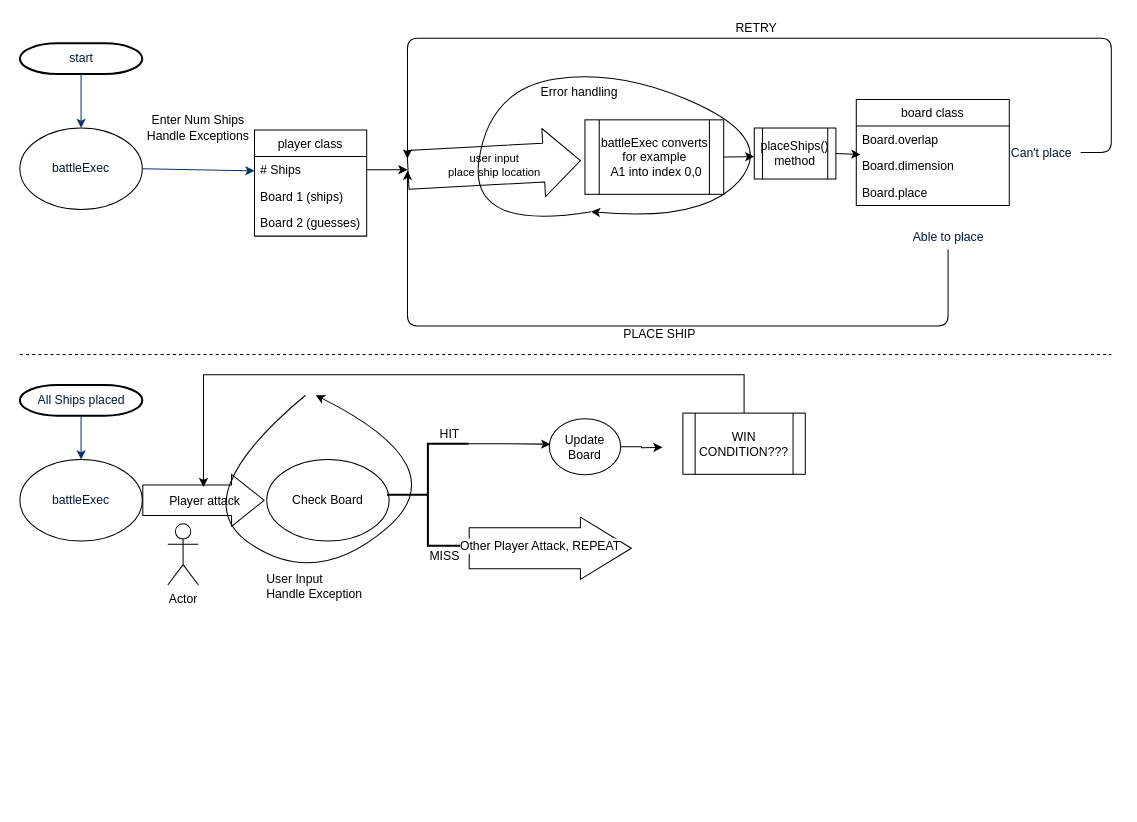
Earlier version of the draw.io diagram 448BattleshipFlow.drawio (mefelsen/Battleship). Source tidied: cells renumbered, new cells numbered last; positions are measured from the earlier drawing's top-left corner, leaving out a move shared by most shapes. Both pictures are drawn from the tidied source at 102%, with x=0, y=0 at pixel (19, 17).
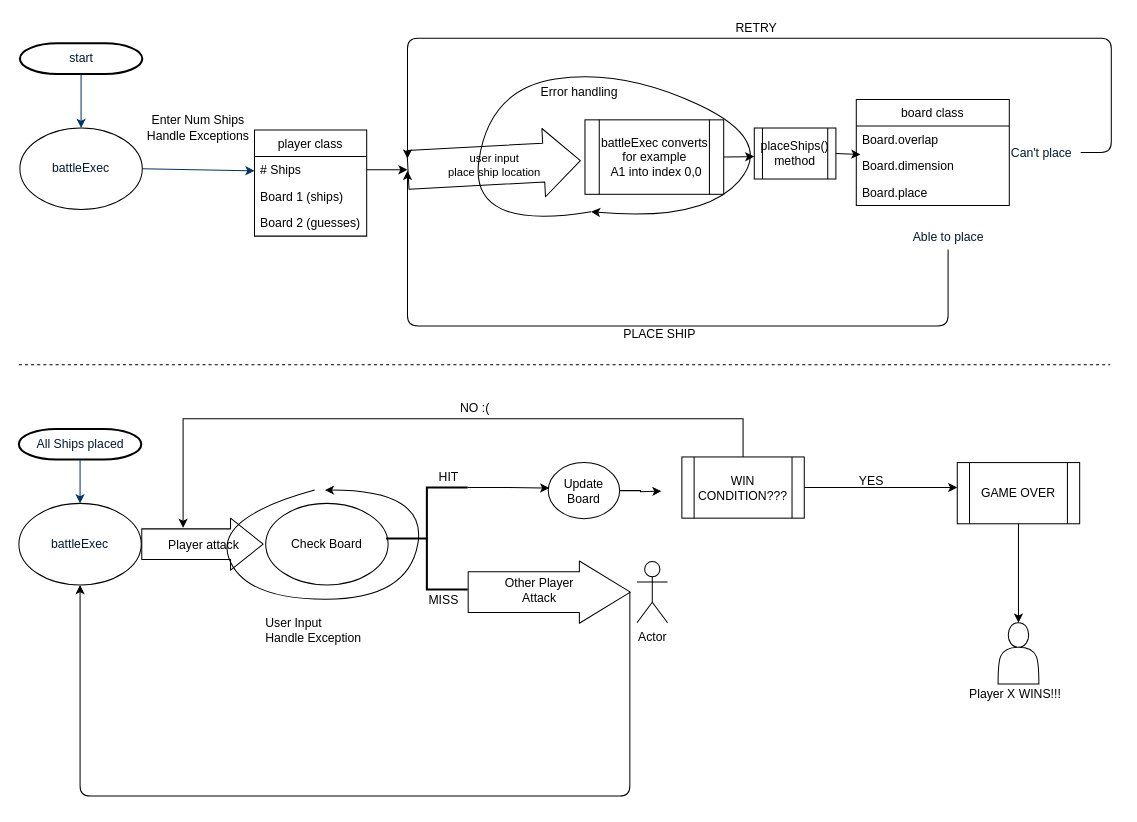
The same page after the edit.

Diff of the diagram source:
```diff
@@
     <mxCell id="27" style="endArrow=none;dashed=1;html=1;" parent="1" edge="1">
       <mxGeometry relative="1" as="geometry">
-        <mxPoint y="330" as="sourcePoint" />
-        <mxPoint x="1070" y="330" as="targetPoint" />
+        <mxPoint x="-1" y="340" as="sourcePoint" />
+        <mxPoint x="1069" y="340" as="targetPoint" />
       </mxGeometry>
     </mxCell>
     <mxCell id="28" value="All Ships placed" style="shape=mxgraph.flowchart.terminator;fillColor=#FFFFFF;strokeColor=#000000;strokeWidth=2;gradientColor=none;gradientDirection=north;fontColor=#001933;fontStyle=0;html=1;" parent="1" vertex="1">
-      <mxGeometry y="360" width="120" height="30" as="geometry" />
+      <mxGeometry x="-1" y="403" width="120" height="30" as="geometry" />
     </mxCell>
     <mxCell id="29" value="&lt;span style=&quot;color: rgb(0 , 25 , 51)&quot;&gt;battleExec&lt;/span&gt;" style="ellipse;whiteSpace=wrap;html=1;" parent="1" vertex="1">
-      <mxGeometry y="433" width="120" height="80" as="geometry" />
+      <mxGeometry x="-1" y="476" width="120" height="80" as="geometry" />
     </mxCell>
@@
     <mxCell id="33" style="shape=flexArrow;endArrow=classic;html=1;exitX=1;exitY=0.5;exitDx=0;exitDy=0;width=30;endSize=10.33;" parent="1" edge="1" source="29">
       <mxGeometry relative="1" as="geometry">
-        <mxPoint x="240" y="473" as="targetPoint" />
+        <mxPoint x="239" y="516" as="targetPoint" />
       </mxGeometry>
     </mxCell>
@@
     <mxCell id="35" value="HIT" style="text;html=1;align=left;verticalAlign=top;spacingTop=-4;" parent="1" vertex="1">
-      <mxGeometry x="410" y="397.5" width="30" height="20" as="geometry" />
+      <mxGeometry x="409" y="440.5" width="30" height="20" as="geometry" />
     </mxCell>
     <mxCell id="36" value="MISS&lt;br&gt;" style="text;html=1;points=[];align=left;verticalAlign=top;spacingTop=-4;" parent="1" vertex="1">
-      <mxGeometry x="400" y="517.5" width="40" height="20" as="geometry" />
+      <mxGeometry x="399" y="560.5" width="40" height="20" as="geometry" />
     </mxCell>
     <mxCell id="37" value="Actor" style="shape=umlActor;verticalLabelPosition=bottom;labelBackgroundColor=#ffffff;verticalAlign=top;html=1;" parent="1" vertex="1">
-      <mxGeometry x="145" y="496" width="30" height="60" as="geometry" />
+      <mxGeometry x="605" y="533" width="30" height="60" as="geometry" />
     </mxCell>
     <mxCell id="38" value="Check Board" style="ellipse;whiteSpace=wrap;html=1;" parent="1" vertex="1">
-      <mxGeometry x="242" y="433" width="120" height="80" as="geometry" />
+      <mxGeometry x="241" y="476" width="120" height="80" as="geometry" />
     </mxCell>
     <mxCell id="39" style="edgeStyle=orthogonalEdgeStyle;rounded=0;jettySize=auto;html=1;exitX=1;exitY=0.5;exitDx=0;exitDy=0;" parent="1" edge="1" source="40">
       <mxGeometry relative="1" as="geometry">
-        <mxPoint x="630" y="421" as="targetPoint" />
+        <mxPoint x="629" y="464" as="targetPoint" />
       </mxGeometry>
     </mxCell>
     <mxCell id="40" value="Update Board" style="ellipse;whiteSpace=wrap;html=1;" parent="1" vertex="1">
-      <mxGeometry x="519" y="393" width="70" height="55" as="geometry" />
+      <mxGeometry x="518" y="436" width="70" height="55" as="geometry" />
     </mxCell>
     <mxCell id="41" style="edgeStyle=orthogonalEdgeStyle;rounded=0;jettySize=auto;html=1;exitX=1;exitY=0;exitDx=0;exitDy=0;exitPerimeter=0;" parent="1" edge="1" source="42">
       <mxGeometry relative="1" as="geometry">
-        <mxPoint x="520" y="418" as="targetPoint" />
+        <mxPoint x="519" y="461" as="targetPoint" />
         <Array as="points">
-          <mxPoint x="480" y="418" />
-          <mxPoint x="480" y="418" />
+          <mxPoint x="479" y="461" />
+          <mxPoint x="479" y="461" />
         </Array>
       </mxGeometry>
     </mxCell>
     <mxCell id="42" style="strokeWidth=2;html=1;shape=mxgraph.flowchart.annotation_2;align=left;" parent="1" vertex="1">
-      <mxGeometry x="360" y="417.5" width="80" height="100" as="geometry" />
+      <mxGeometry x="359" y="460.5" width="80" height="100" as="geometry" />
     </mxCell>
     <mxCell id="43" value="User Input&lt;br&gt;Handle Exception" style="text;html=1;align=left;verticalAlign=top;spacingTop=-4;" parent="1" vertex="1">
-      <mxGeometry x="240" y="541" width="110" height="30" as="geometry" />
+      <mxGeometry x="239" y="584" width="110" height="30" as="geometry" />
     </mxCell>
     <mxCell id="44" style="shape=flexArrow;endArrow=classic;html=1;exitX=1;exitY=0.125;exitDx=0;exitDy=0;exitPerimeter=0;width=40;endSize=16.33;" parent="1" edge="1" source="36">
       <mxGeometry relative="1" as="geometry">
-        <mxPoint x="600" y="520" as="targetPoint" />
+        <mxPoint x="599" y="563" as="targetPoint" />
       </mxGeometry>
     </mxCell>
-    <mxCell id="45" value="Other Player Attack, REPEAT" style="text;html=1;align=center;verticalAlign=middle;labelBackgroundColor=#ffffff;" parent="44" vertex="1">
+    <mxCell id="45" value="Other Player &lt;br&gt;Attack" style="text;html=1;align=center;verticalAlign=middle;labelBackgroundColor=#ffffff;" parent="44" vertex="1">
       <mxGeometry x="-0.44" relative="1" as="geometry">
         <mxPoint x="24" y="-2.5" as="offset" />
       </mxGeometry>
     </mxCell>
     <mxCell id="46" style="edgeStyle=orthogonalEdgeStyle;rounded=0;jettySize=auto;html=1;" parent="1" edge="1" source="47">
       <mxGeometry relative="1" as="geometry">
-        <mxPoint x="180" y="460" as="targetPoint" />
+        <mxPoint x="160" y="500" as="targetPoint" />
         <Array as="points">
-          <mxPoint x="710" y="350" />
-          <mxPoint x="180" y="350" />
+          <mxPoint x="709" y="393" />
+          <mxPoint x="160" y="393" />
         </Array>
       </mxGeometry>
     </mxCell>
+    <mxCell id="49" style="edgeStyle=orthogonalEdgeStyle;rounded=0;jettySize=auto;html=1;" parent="1" edge="1" source="47">
+      <mxGeometry relative="1" as="geometry">
+        <mxPoint x="919" y="460.5" as="targetPoint" />
+      </mxGeometry>
+    </mxCell>
     <mxCell id="47" value="WIN&lt;br&gt;CONDITION???" style="shape=process;whiteSpace=wrap;html=1;backgroundOutline=1;" parent="1" vertex="1">
-      <mxGeometry x="650" y="387.5" width="120" height="60" as="geometry" />
+      <mxGeometry x="649" y="430.5" width="120" height="60" as="geometry" />
     </mxCell>
     <mxCell id="48" style="curved=1;endArrow=classic;html=1;" parent="1" edge="1">
       <mxGeometry relative="1" as="geometry">
-        <mxPoint x="280" y="370" as="sourcePoint" />
-        <mxPoint x="290" y="370" as="targetPoint" />
+        <mxPoint x="289" y="463" as="sourcePoint" />
+        <mxPoint x="299" y="463" as="targetPoint" />
         <Array as="points">
-          <mxPoint x="160" y="470" />
-          <mxPoint x="290" y="560" />
-          <mxPoint x="430" y="440" />
+          <mxPoint x="190" y="490" />
+          <mxPoint x="220" y="570" />
+          <mxPoint x="380" y="570" />
+          <mxPoint x="400" y="463" />
         </Array>
       </mxGeometry>
     </mxCell>
+    <mxCell id="50" style="endArrow=classic;html=1;entryX=0.5;entryY=1;entryDx=0;entryDy=0;" parent="1" edge="1" target="29">
+      <mxGeometry relative="1" as="geometry">
+        <mxPoint x="598" y="563" as="sourcePoint" />
+        <Array as="points">
+          <mxPoint x="598" y="763" />
+          <mxPoint x="59" y="763" />
+        </Array>
+      </mxGeometry>
+    </mxCell>
+    <mxCell id="51" value="NO :(" style="text;html=1;align=left;verticalAlign=top;spacingTop=-4;" parent="1" vertex="1">
+      <mxGeometry x="430" y="373" width="40" height="20" as="geometry" />
+    </mxCell>
+    <mxCell id="52" style="edgeStyle=orthogonalEdgeStyle;rounded=0;jettySize=auto;html=1;" parent="1" edge="1" source="53" target="54">
+      <mxGeometry relative="1" as="geometry" />
+    </mxCell>
+    <mxCell id="53" value="GAME OVER" style="shape=process;whiteSpace=wrap;html=1;backgroundOutline=1;" parent="1" vertex="1">
+      <mxGeometry x="919" y="436" width="120" height="60" as="geometry" />
+    </mxCell>
+    <mxCell id="54" style="shape=actor;whiteSpace=wrap;html=1;" parent="1" vertex="1">
+      <mxGeometry x="959" y="593" width="40" height="60" as="geometry" />
+    </mxCell>
+    <mxCell id="55" value="Player X WINS!!!" style="text;html=1;align=left;verticalAlign=top;spacingTop=-4;" parent="1" vertex="1">
+      <mxGeometry x="929" y="653" width="110" height="20" as="geometry" />
+    </mxCell>
+    <mxCell id="56" value="YES" style="text;html=1;align=left;verticalAlign=top;spacingTop=-4;" parent="1" vertex="1">
+      <mxGeometry x="821" y="444" width="40" height="20" as="geometry" />
+    </mxCell>
```
